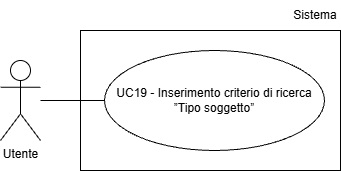
Above: assets/Use_Case_Diagrams/UC19.png in Team-Three-Technologies/Documenti (draw.io), before the change. Source tidied: cells renumbered, new cells last; positions are measured from the earlier drawing's top-left corner, leaving out a move shared by most shapes.
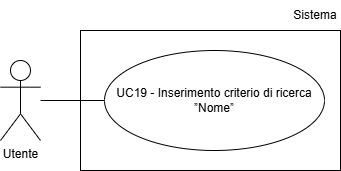
After the commit.

Diff of the diagram source:
```diff
@@ -5,17 +5,17 @@
     <mxCell id="2" value="Utente" style="shape=umlActor;verticalLabelPosition=bottom;verticalAlign=top;html=1;" parent="1" vertex="1">
       <mxGeometry y="60" width="40" height="80" as="geometry" />
     </mxCell>
-    <mxCell id="3" value="UC19 - Inserimento criterio di ricerca ”Tipo soggetto”" style="ellipse;whiteSpace=wrap;html=1;align=center;" parent="1" vertex="1">
-      <mxGeometry x="104" y="50" width="220" height="100" as="geometry" />
-    </mxCell>
-    <mxCell id="4" style="endArrow=none;html=1;rounded=0;entryX=0;entryY=0.5;entryDx=0;entryDy=0;" parent="1" edge="1" target="3">
-      <mxGeometry relative="1" as="geometry">
-        <mxPoint x="40" y="100" as="sourcePoint" />
-      </mxGeometry>
-    </mxCell>
-    <mxCell id="5" style="rounded=0;whiteSpace=wrap;html=1;fillColor=none;" parent="1" vertex="1">
-      <mxGeometry x="80" y="30" width="260" height="140" as="geometry" />
-    </mxCell>
+    <mxCell id="7" value="UC19 - Inserimento criterio di ricerca ”Nome”" style="ellipse;whiteSpace=wrap;html=1;align=center;" parent="1" vertex="1">
+      <mxGeometry x="104" y="50" width="220" height="100" as="geometry" />
+    </mxCell>
+    <mxCell id="8" style="endArrow=none;html=1;rounded=0;entryX=0;entryY=0.5;entryDx=0;entryDy=0;" parent="1" edge="1" target="7">
+      <mxGeometry relative="1" as="geometry">
+        <mxPoint x="40" y="100" as="sourcePoint" />
+      </mxGeometry>
+    </mxCell>
+    <mxCell id="9" style="rounded=0;whiteSpace=wrap;html=1;fillColor=none;" parent="1" vertex="1">
+      <mxGeometry x="80" y="30" width="260" height="140" as="geometry" />
+    </mxCell>
     <mxCell id="6" value="Sistema" style="text;html=1;whiteSpace=wrap;strokeColor=none;fillColor=none;align=center;verticalAlign=middle;rounded=0;" parent="1" vertex="1">
       <mxGeometry x="290" width="50" height="30" as="geometry" />
     </mxCell>
```
